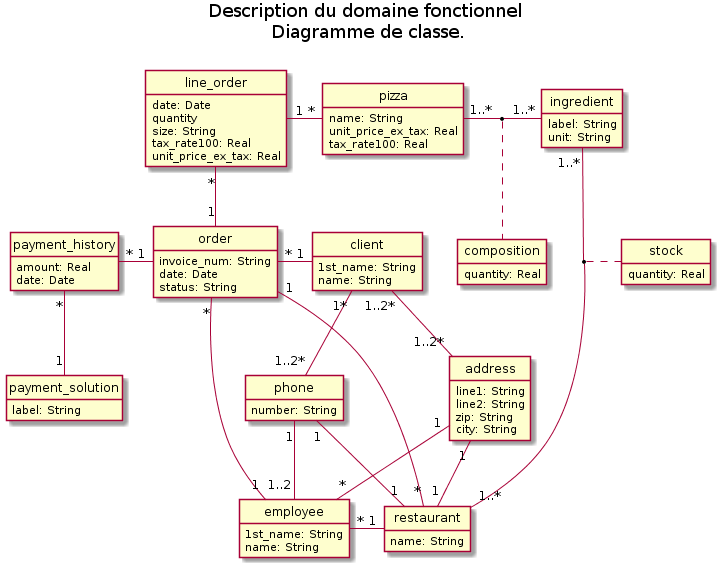
Above: functional_model.png in freezed/ocp6 (PlantUML), before the change.
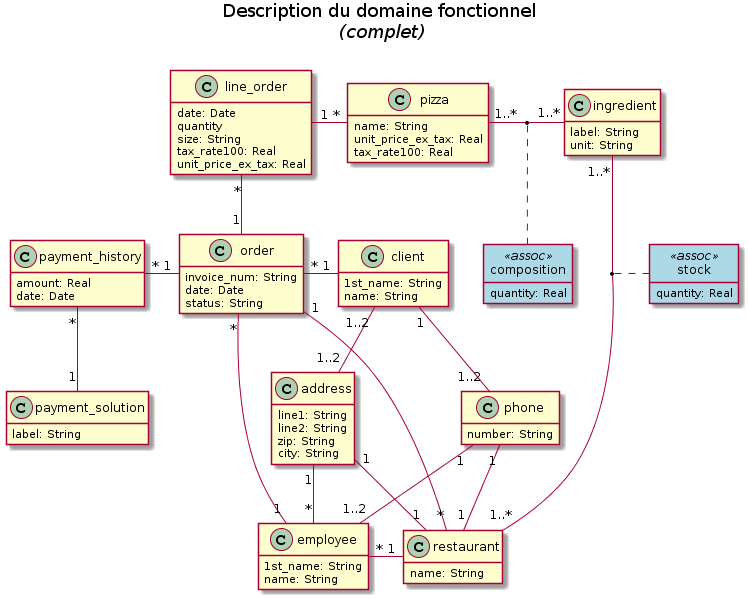
Later version of the same file.

Change to the diagram source:
```diff
@@ -1,12 +1,16 @@
 @startuml
-title Description du domaine fonctionnel\n Diagramme de classe.\n
+title Description du domaine fonctionnel\n <i>(complet)</i>\n
 
 hide empty methods
-hide circle
+hide <<assoc>> circle
+skinparam class {
+    BackgroundColor<<assoc>> lightblue
+}
+
 
 class address
 class client
-class composition
+class composition <<assoc>>
 class employee
 class ingredient
 class line_order
@@ -16,16 +20,14 @@
 class phone
 class pizza
 class restaurant
-class stock
+class stock <<assoc>>
 
 address "1" -- "1" restaurant
 address "1" -- "*" employee
-client "1*" - "1..2*" phone
-client "1..2*" -- "1..2*" address
+client "1" -- "1..2" phone
+client "1..2" -- "1..2" address
 employee "1" - "*" order
 employee "*" -right- "1" restaurant
-ingredient "1..*" -- "1..*" restaurant
-(ingredient, restaurant) .. stock
 line_order "*" -- "1" order
 line_order "1" - "*" pizza
 order "*" - "1" client
@@ -34,9 +36,6 @@
 payment_solution "1" -up- "*" payment_history
 phone "1" -- "1..2" employee
 phone "1" -- "1" restaurant
-pizza "1..*" - "1..*" ingredient
-(pizza, ingredient) .. composition
-
 
 class address {
     line1: String
@@ -44,26 +43,21 @@
     zip: String
     city: String
 }
-
 class client {
     1st_name: String
     name: String
 }
-
 class composition {
     quantity: Real
 }
-
 class employee {
     1st_name: String
     name: String
 }
-
 class ingredient {
     label: String
     unit: String
 }
-
 class line_order {
     date: Date
     quantity
@@ -71,37 +65,35 @@
     tax_rate100: Real
     unit_price_ex_tax: Real
 }
-
 class order {
     invoice_num: String
     date: Date
     status: String
 }
-
 class payment_history {
     amount: Real
     date: Date
 }
-
 class payment_solution {
     label: String
 }
-
 class pizza {
     name: String
     unit_price_ex_tax: Real
     tax_rate100: Real
 }
-
 class phone {
     number: String
 }
-
 class restaurant {
     name: String
 }
-
 class stock {
     quantity: Real
 }
+
+pizza "1..*" - "1..*" ingredient
+(pizza, ingredient) .. composition
+ingredient "1..*" -- "1..*" restaurant
+(ingredient, restaurant) .. stock
 @enduml
```
